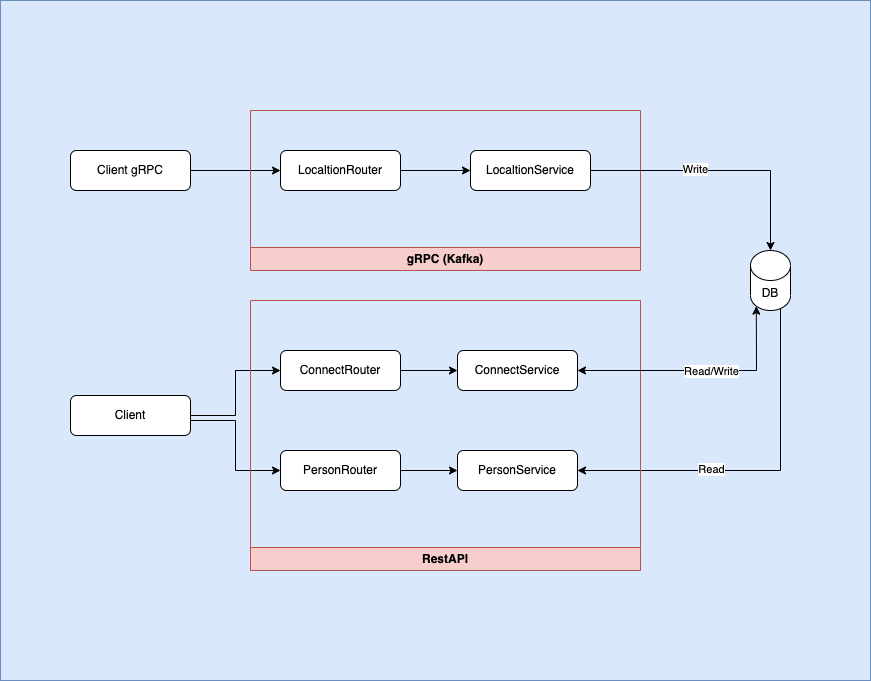
The draw.io diagram docs/architecture_design.png in maihoang241993/cloud-prj2, before a commit. Source tidied: cells renumbered, new cells last; positions are measured from the earlier drawing's top-left corner, leaving out a move shared by most shapes. Its diagram source:
```xml
<mxGraphModel>
  <root>
    <mxCell id="0" />
    <mxCell id="1" parent="0" />
    <mxCell id="2" style="rounded=0;whiteSpace=wrap;html=1;fillColor=#dae8fc;strokeColor=#6c8ebf;" parent="1" vertex="1">
      <mxGeometry width="870" height="680" as="geometry" />
    </mxCell>
    <mxCell id="3" style="edgeStyle=orthogonalEdgeStyle;rounded=0;jettySize=auto;html=1;" parent="1" edge="1" source="4" target="11">
      <mxGeometry relative="1" as="geometry" />
    </mxCell>
    <mxCell id="4" value="Client gRPC" style="rounded=1;whiteSpace=wrap;html=1;fontSize=12;glass=0;strokeWidth=1;shadow=0;" parent="1" vertex="1">
      <mxGeometry x="70" y="150" width="120" height="40" as="geometry" />
    </mxCell>
    <mxCell id="5" style="edgeStyle=orthogonalEdgeStyle;rounded=0;jettySize=auto;html=1;exitX=0.855;exitY=1;exitDx=0;exitDy=-4.35;exitPerimeter=0;entryX=1;entryY=0.5;entryDx=0;entryDy=0;" parent="1" edge="1" source="7" target="18">
      <mxGeometry relative="1" as="geometry">
        <Array as="points">
          <mxPoint x="780" y="306" />
          <mxPoint x="780" y="470" />
        </Array>
      </mxGeometry>
    </mxCell>
    <mxCell id="6" value="Read" style="edgeLabel;html=1;align=center;verticalAlign=middle;" parent="5" vertex="1">
      <mxGeometry x="0.28" y="-2" relative="1" as="geometry" />
    </mxCell>
    <mxCell id="7" value="DB" style="shape=cylinder3;whiteSpace=wrap;html=1;boundedLbl=1;backgroundOutline=1;size=15;" parent="1" vertex="1">
      <mxGeometry x="750" y="250" width="40" height="60" as="geometry" />
    </mxCell>
    <mxCell id="8" value="gRPC (Kafka)" style="swimlane;whiteSpace=wrap;html=1;direction=west;fillColor=#f8cecc;strokeColor=#b85450;" parent="1" vertex="1">
      <mxGeometry x="250" y="110" width="390" height="160" as="geometry" />
    </mxCell>
    <mxCell id="9" value="LocaltionService" style="rounded=1;whiteSpace=wrap;html=1;fontSize=12;glass=0;strokeWidth=1;shadow=0;" parent="8" vertex="1">
      <mxGeometry x="220" y="40" width="120" height="40" as="geometry" />
    </mxCell>
    <mxCell id="10" style="edgeStyle=orthogonalEdgeStyle;rounded=0;jettySize=auto;html=1;entryX=0;entryY=0.5;entryDx=0;entryDy=0;" parent="8" edge="1" source="11" target="9">
      <mxGeometry relative="1" as="geometry" />
    </mxCell>
    <mxCell id="11" value="LocaltionRouter" style="rounded=1;whiteSpace=wrap;html=1;fontSize=12;glass=0;strokeWidth=1;shadow=0;" parent="8" vertex="1">
      <mxGeometry x="30" y="40" width="120" height="40" as="geometry" />
    </mxCell>
    <mxCell id="12" style="edgeStyle=orthogonalEdgeStyle;rounded=0;jettySize=auto;html=1;entryX=0.5;entryY=0;entryDx=0;entryDy=0;entryPerimeter=0;" parent="1" edge="1" source="9" target="7">
      <mxGeometry relative="1" as="geometry" />
    </mxCell>
    <mxCell id="13" value="Write" style="edgeLabel;html=1;align=center;verticalAlign=middle;" parent="12" vertex="1">
      <mxGeometry x="-0.2" y="2" relative="1" as="geometry" />
    </mxCell>
    <mxCell id="14" style="edgeStyle=orthogonalEdgeStyle;rounded=0;jettySize=auto;html=1;entryX=0;entryY=0.5;entryDx=0;entryDy=0;" parent="1" edge="1" source="16" target="23">
      <mxGeometry relative="1" as="geometry" />
    </mxCell>
    <mxCell id="15" style="edgeStyle=orthogonalEdgeStyle;rounded=0;jettySize=auto;html=1;entryX=0;entryY=0.5;entryDx=0;entryDy=0;" parent="1" edge="1" source="16" target="21">
      <mxGeometry relative="1" as="geometry">
        <Array as="points">
          <mxPoint x="235" y="420" />
          <mxPoint x="235" y="470" />
        </Array>
      </mxGeometry>
    </mxCell>
    <mxCell id="16" value="Client" style="rounded=1;whiteSpace=wrap;html=1;fontSize=12;glass=0;strokeWidth=1;shadow=0;" parent="1" vertex="1">
      <mxGeometry x="70" y="395" width="120" height="40" as="geometry" />
    </mxCell>
    <mxCell id="17" value="RestAPI" style="swimlane;whiteSpace=wrap;html=1;direction=west;fillColor=#f8cecc;strokeColor=#b85450;" parent="1" vertex="1">
      <mxGeometry x="250" y="300" width="390" height="270" as="geometry" />
    </mxCell>
    <mxCell id="18" value="PersonService" style="rounded=1;whiteSpace=wrap;html=1;fontSize=12;glass=0;strokeWidth=1;shadow=0;" parent="17" vertex="1">
      <mxGeometry x="207" y="150" width="120" height="40" as="geometry" />
    </mxCell>
    <mxCell id="19" value="ConnectService" style="rounded=1;whiteSpace=wrap;html=1;fontSize=12;glass=0;strokeWidth=1;shadow=0;" parent="17" vertex="1">
      <mxGeometry x="207" y="50" width="120" height="40" as="geometry" />
    </mxCell>
    <mxCell id="20" style="edgeStyle=orthogonalEdgeStyle;rounded=0;jettySize=auto;html=1;entryX=0;entryY=0.5;entryDx=0;entryDy=0;" parent="17" edge="1" source="21" target="18">
      <mxGeometry relative="1" as="geometry" />
    </mxCell>
    <mxCell id="21" value="PersonRouter" style="rounded=1;whiteSpace=wrap;html=1;fontSize=12;glass=0;strokeWidth=1;shadow=0;" parent="17" vertex="1">
      <mxGeometry x="30" y="150" width="120" height="40" as="geometry" />
    </mxCell>
    <mxCell id="22" style="edgeStyle=orthogonalEdgeStyle;rounded=0;jettySize=auto;html=1;" parent="17" edge="1" source="23" target="19">
      <mxGeometry relative="1" as="geometry" />
    </mxCell>
    <mxCell id="23" value="ConnectRouter" style="rounded=1;whiteSpace=wrap;html=1;fontSize=12;glass=0;strokeWidth=1;shadow=0;" parent="17" vertex="1">
      <mxGeometry x="30" y="50" width="120" height="40" as="geometry" />
    </mxCell>
    <mxCell id="24" style="endArrow=classic;startArrow=classic;html=1;rounded=0;exitX=1;exitY=0.5;exitDx=0;exitDy=0;entryX=0.145;entryY=1;entryDx=0;entryDy=-4.35;entryPerimeter=0;" parent="1" edge="1" source="19" target="7">
      <mxGeometry relative="1" as="geometry">
        <Array as="points">
          <mxPoint x="756" y="370" />
        </Array>
      </mxGeometry>
    </mxCell>
    <mxCell id="25" value="Read/Write" style="edgeLabel;html=1;align=center;verticalAlign=middle;" parent="24" vertex="1">
      <mxGeometry x="-0.38" y="1" relative="1" as="geometry">
        <mxPoint x="57" y="1" as="offset" />
      </mxGeometry>
    </mxCell>
  </root>
</mxGraphModel>
```
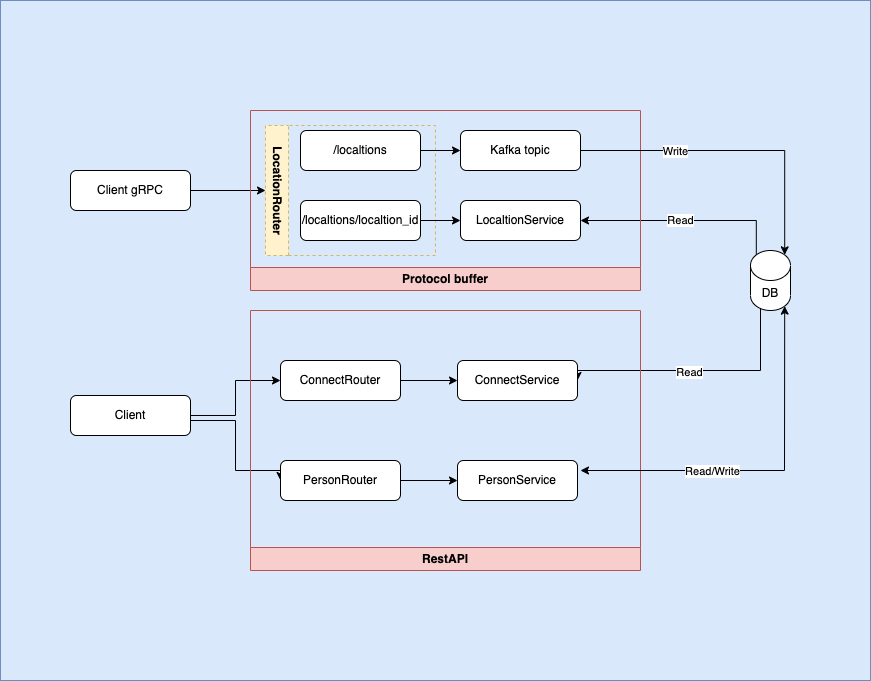
Later version of the same file.

What changed in the source:
```diff
@@ -5,44 +5,60 @@
     <mxCell id="2" style="rounded=0;whiteSpace=wrap;html=1;fillColor=#dae8fc;strokeColor=#6c8ebf;" parent="1" vertex="1">
       <mxGeometry width="870" height="680" as="geometry" />
     </mxCell>
-    <mxCell id="3" style="edgeStyle=orthogonalEdgeStyle;rounded=0;jettySize=auto;html=1;" parent="1" edge="1" source="4" target="11">
-      <mxGeometry relative="1" as="geometry" />
-    </mxCell>
+    <mxCell id="26" style="edgeStyle=orthogonalEdgeStyle;rounded=0;jettySize=auto;html=1;entryX=0.5;entryY=0;entryDx=0;entryDy=0;" parent="1" edge="1" source="4" target="32">
+      <mxGeometry relative="1" as="geometry" />
+    </mxCell>
     <mxCell id="4" value="Client gRPC" style="rounded=1;whiteSpace=wrap;html=1;fontSize=12;glass=0;strokeWidth=1;shadow=0;" parent="1" vertex="1">
-      <mxGeometry x="70" y="150" width="120" height="40" as="geometry" />
+      <mxGeometry x="70" y="170" width="120" height="40" as="geometry" />
     </mxCell>
-    <mxCell id="5" style="edgeStyle=orthogonalEdgeStyle;rounded=0;jettySize=auto;html=1;exitX=0.855;exitY=1;exitDx=0;exitDy=-4.35;exitPerimeter=0;entryX=1;entryY=0.5;entryDx=0;entryDy=0;" parent="1" edge="1" source="7" target="18">
-      <mxGeometry relative="1" as="geometry">
-        <Array as="points">
-          <mxPoint x="780" y="306" />
-          <mxPoint x="780" y="470" />
-        </Array>
-      </mxGeometry>
-    </mxCell>
-    <mxCell id="6" value="Read" style="edgeLabel;html=1;align=center;verticalAlign=middle;" parent="5" vertex="1">
-      <mxGeometry x="0.28" y="-2" relative="1" as="geometry" />
-    </mxCell>
+    <mxCell id="27" style="edgeStyle=orthogonalEdgeStyle;rounded=0;jettySize=auto;html=1;exitX=0.145;exitY=1;exitDx=0;exitDy=-4.35;exitPerimeter=0;entryX=1;entryY=0.5;entryDx=0;entryDy=0;" parent="1" edge="1" source="7" target="19">
+      <mxGeometry relative="1" as="geometry">
+        <Array as="points">
+          <mxPoint x="760" y="306" />
+          <mxPoint x="760" y="370" />
+        </Array>
+      </mxGeometry>
+    </mxCell>
+    <mxCell id="28" value="Read" style="edgeLabel;html=1;align=center;verticalAlign=middle;" parent="27" vertex="1">
+      <mxGeometry x="0.07" y="1" relative="1" as="geometry" />
+    </mxCell>
+    <mxCell id="29" style="edgeStyle=orthogonalEdgeStyle;rounded=0;jettySize=auto;html=1;exitX=0.145;exitY=0;exitDx=0;exitDy=4.35;exitPerimeter=0;entryX=1;entryY=0.5;entryDx=0;entryDy=0;" parent="1" edge="1" source="7" target="9">
+      <mxGeometry relative="1" as="geometry">
+        <Array as="points">
+          <mxPoint x="756" y="220" />
+        </Array>
+      </mxGeometry>
+    </mxCell>
+    <mxCell id="30" value="Read" style="edgeLabel;html=1;align=center;verticalAlign=middle;" parent="29" vertex="1">
+      <mxGeometry x="0.06" y="-1" relative="1" as="geometry" />
+    </mxCell>
     <mxCell id="7" value="DB" style="shape=cylinder3;whiteSpace=wrap;html=1;boundedLbl=1;backgroundOutline=1;size=15;" parent="1" vertex="1">
       <mxGeometry x="750" y="250" width="40" height="60" as="geometry" />
     </mxCell>
-    <mxCell id="8" value="gRPC (Kafka)" style="swimlane;whiteSpace=wrap;html=1;direction=west;fillColor=#f8cecc;strokeColor=#b85450;" parent="1" vertex="1">
-      <mxGeometry x="250" y="110" width="390" height="160" as="geometry" />
+    <mxCell id="8" value="Protocol&amp;nbsp;buffer" style="swimlane;whiteSpace=wrap;html=1;direction=west;fillColor=#f8cecc;strokeColor=#b85450;" parent="1" vertex="1">
+      <mxGeometry x="250" y="110" width="390" height="180" as="geometry" />
     </mxCell>
     <mxCell id="9" value="LocaltionService" style="rounded=1;whiteSpace=wrap;html=1;fontSize=12;glass=0;strokeWidth=1;shadow=0;" parent="8" vertex="1">
-      <mxGeometry x="220" y="40" width="120" height="40" as="geometry" />
+      <mxGeometry x="210" y="90" width="120" height="40" as="geometry" />
     </mxCell>
+    <mxCell id="31" value="Kafka topic" style="rounded=1;whiteSpace=wrap;html=1;fontSize=12;glass=0;strokeWidth=1;shadow=0;" parent="8" vertex="1">
+      <mxGeometry x="210" y="20" width="120" height="40" as="geometry" />
+    </mxCell>
+    <mxCell id="32" value="LocationRouter" style="swimlane;whiteSpace=wrap;html=1;direction=west;fillColor=#fff2cc;strokeColor=#d6b656;rotation=90;dashed=1;" parent="8" vertex="1">
+      <mxGeometry x="35" y="-5" width="130" height="170" as="geometry" />
+    </mxCell>
+    <mxCell id="33" value="/localtions/localtion_id" style="rounded=1;whiteSpace=wrap;html=1;fontSize=12;glass=0;strokeWidth=1;shadow=0;" parent="32" vertex="1">
+      <mxGeometry x="15" y="95" width="120" height="40" as="geometry" />
+    </mxCell>
+    <mxCell id="11" value="/localtions" style="rounded=1;whiteSpace=wrap;html=1;fontSize=12;glass=0;strokeWidth=1;shadow=0;" parent="32" vertex="1">
+      <mxGeometry x="15" y="25" width="120" height="40" as="geometry" />
+    </mxCell>
+    <mxCell id="34" style="edgeStyle=orthogonalEdgeStyle;rounded=0;jettySize=auto;html=1;exitX=1;exitY=0.5;exitDx=0;exitDy=0;entryX=0;entryY=0.5;entryDx=0;entryDy=0;" parent="8" edge="1" source="33" target="9">
+      <mxGeometry relative="1" as="geometry" />
+    </mxCell>
-    <mxCell id="10" style="edgeStyle=orthogonalEdgeStyle;rounded=0;jettySize=auto;html=1;entryX=0;entryY=0.5;entryDx=0;entryDy=0;" parent="8" edge="1" source="11" target="9">
+    <mxCell id="10" style="edgeStyle=orthogonalEdgeStyle;rounded=0;jettySize=auto;html=1;entryX=0;entryY=0.5;entryDx=0;entryDy=0;" parent="8" edge="1" source="11" target="31">
       <mxGeometry relative="1" as="geometry" />
     </mxCell>
-    <mxCell id="11" value="LocaltionRouter" style="rounded=1;whiteSpace=wrap;html=1;fontSize=12;glass=0;strokeWidth=1;shadow=0;" parent="8" vertex="1">
-      <mxGeometry x="30" y="40" width="120" height="40" as="geometry" />
-    </mxCell>
-    <mxCell id="12" style="edgeStyle=orthogonalEdgeStyle;rounded=0;jettySize=auto;html=1;entryX=0.5;entryY=0;entryDx=0;entryDy=0;entryPerimeter=0;" parent="1" edge="1" source="9" target="7">
-      <mxGeometry relative="1" as="geometry" />
-    </mxCell>
-    <mxCell id="13" value="Write" style="edgeLabel;html=1;align=center;verticalAlign=middle;" parent="12" vertex="1">
-      <mxGeometry x="-0.2" y="2" relative="1" as="geometry" />
-    </mxCell>
     <mxCell id="14" style="edgeStyle=orthogonalEdgeStyle;rounded=0;jettySize=auto;html=1;entryX=0;entryY=0.5;entryDx=0;entryDy=0;" parent="1" edge="1" source="16" target="23">
       <mxGeometry relative="1" as="geometry" />
     </mxCell>
@@ -58,7 +74,7 @@
       <mxGeometry x="70" y="395" width="120" height="40" as="geometry" />
     </mxCell>
     <mxCell id="17" value="RestAPI" style="swimlane;whiteSpace=wrap;html=1;direction=west;fillColor=#f8cecc;strokeColor=#b85450;" parent="1" vertex="1">
-      <mxGeometry x="250" y="300" width="390" height="270" as="geometry" />
+      <mxGeometry x="250" y="310" width="390" height="260" as="geometry" />
     </mxCell>
     <mxCell id="18" value="PersonService" style="rounded=1;whiteSpace=wrap;html=1;fontSize=12;glass=0;strokeWidth=1;shadow=0;" parent="17" vertex="1">
       <mxGeometry x="207" y="150" width="120" height="40" as="geometry" />
@@ -78,17 +94,24 @@
     <mxCell id="23" value="ConnectRouter" style="rounded=1;whiteSpace=wrap;html=1;fontSize=12;glass=0;strokeWidth=1;shadow=0;" parent="17" vertex="1">
       <mxGeometry x="30" y="50" width="120" height="40" as="geometry" />
     </mxCell>
-    <mxCell id="24" style="endArrow=classic;startArrow=classic;html=1;rounded=0;exitX=1;exitY=0.5;exitDx=0;exitDy=0;entryX=0.145;entryY=1;entryDx=0;entryDy=-4.35;entryPerimeter=0;" parent="1" edge="1" source="19" target="7">
-      <mxGeometry relative="1" as="geometry">
-        <Array as="points">
-          <mxPoint x="756" y="370" />
-        </Array>
-      </mxGeometry>
-    </mxCell>
+    <mxCell id="35" style="endArrow=classic;startArrow=classic;html=1;rounded=0;entryX=0.855;entryY=1;entryDx=0;entryDy=-4.35;entryPerimeter=0;" parent="1" edge="1" target="7">
+      <mxGeometry relative="1" as="geometry">
+        <mxPoint x="580" y="470" as="sourcePoint" />
+        <Array as="points">
+          <mxPoint x="784" y="470" />
+        </Array>
+      </mxGeometry>
+    </mxCell>
-    <mxCell id="25" value="Read/Write" style="edgeLabel;html=1;align=center;verticalAlign=middle;" parent="24" vertex="1">
+    <mxCell id="25" value="Read/Write" style="edgeLabel;html=1;align=center;verticalAlign=middle;" parent="35" vertex="1">
       <mxGeometry x="-0.38" y="1" relative="1" as="geometry">
-        <mxPoint x="57" y="1" as="offset" />
+        <mxPoint x="16" y="1" as="offset" />
       </mxGeometry>
     </mxCell>
+    <mxCell id="36" style="edgeStyle=orthogonalEdgeStyle;rounded=0;jettySize=auto;html=1;entryX=0.855;entryY=0;entryDx=0;entryDy=4.35;entryPerimeter=0;" parent="1" edge="1" source="31" target="7">
+      <mxGeometry relative="1" as="geometry" />
+    </mxCell>
+    <mxCell id="13" value="Write" style="edgeLabel;html=1;align=center;verticalAlign=middle;" parent="36" vertex="1">
+      <mxGeometry x="-0.39" relative="1" as="geometry" />
+    </mxCell>
   </root>
 </mxGraphModel>
```
